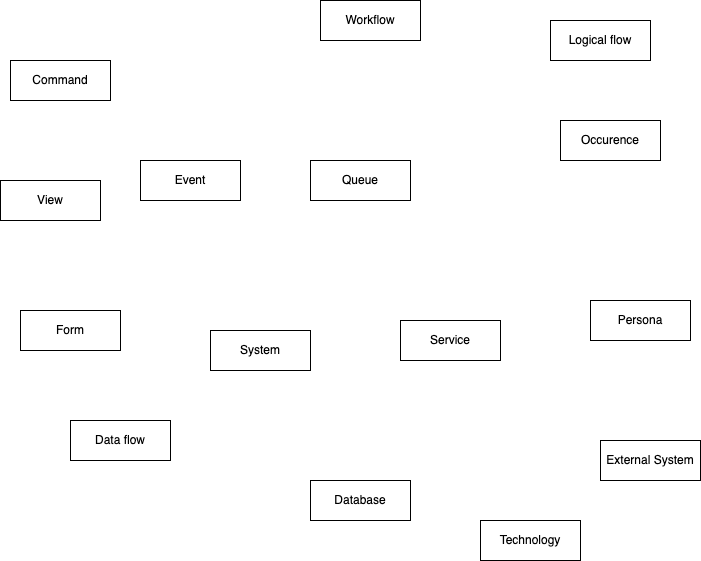
The draw.io diagram model/model.png in RaySinnema/architecture-diagrams, before a commit. Source tidied: cells renumbered, new cells last; positions are measured from the earlier drawing's top-left corner, leaving out a move shared by most shapes.
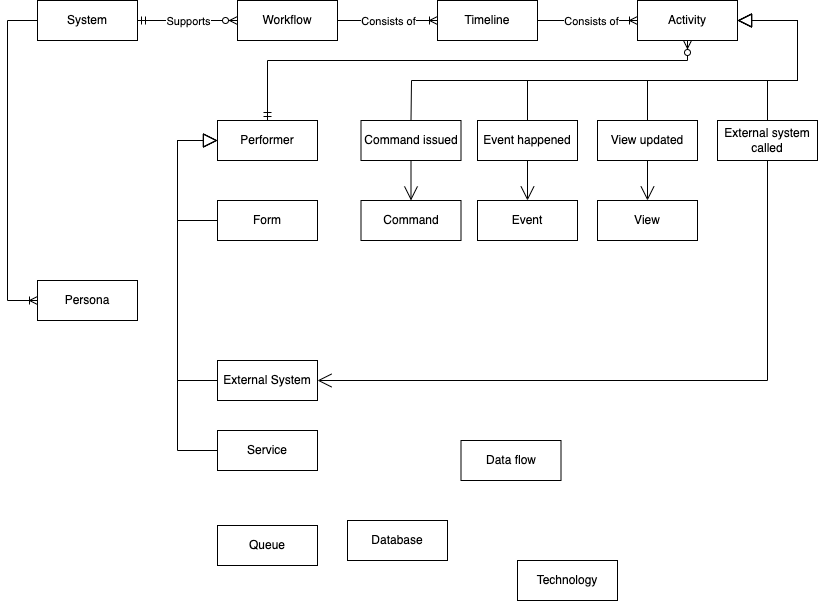
The same file after the commit.

The edit, as a diff of the source:
```diff
@@ -3,49 +3,183 @@
     <mxCell id="0" />
     <mxCell id="1" parent="0" />
     <mxCell id="2" value="Command" style="whiteSpace=wrap;html=1;align=center;" parent="1" vertex="1">
-      <mxGeometry x="10" y="60" width="100" height="40" as="geometry" />
+      <mxGeometry x="323.5" y="160" width="100" height="40" as="geometry" />
     </mxCell>
     <mxCell id="3" value="View" style="whiteSpace=wrap;html=1;align=center;" parent="1" vertex="1">
-      <mxGeometry y="180" width="100" height="40" as="geometry" />
+      <mxGeometry x="560" y="160" width="100" height="40" as="geometry" />
     </mxCell>
     <mxCell id="4" value="Form" style="whiteSpace=wrap;html=1;align=center;" parent="1" vertex="1">
-      <mxGeometry x="20" y="310" width="100" height="40" as="geometry" />
+      <mxGeometry x="180" y="160" width="100" height="40" as="geometry" />
     </mxCell>
     <mxCell id="5" value="System" style="whiteSpace=wrap;html=1;align=center;" parent="1" vertex="1">
-      <mxGeometry x="210" y="330" width="100" height="40" as="geometry" />
+      <mxGeometry y="-40" width="100" height="40" as="geometry" />
     </mxCell>
     <mxCell id="6" value="Service" style="whiteSpace=wrap;html=1;align=center;" parent="1" vertex="1">
-      <mxGeometry x="400" y="320" width="100" height="40" as="geometry" />
+      <mxGeometry x="180" y="390" width="100" height="40" as="geometry" />
     </mxCell>
     <mxCell id="7" value="Queue" style="whiteSpace=wrap;html=1;align=center;" parent="1" vertex="1">
-      <mxGeometry x="310" y="160" width="100" height="40" as="geometry" />
+      <mxGeometry x="180" y="485" width="100" height="40" as="geometry" />
     </mxCell>
     <mxCell id="8" value="Database" style="whiteSpace=wrap;html=1;align=center;" parent="1" vertex="1">
       <mxGeometry x="310" y="480" width="100" height="40" as="geometry" />
     </mxCell>
     <mxCell id="9" value="Data flow" style="whiteSpace=wrap;html=1;align=center;" parent="1" vertex="1">
-      <mxGeometry x="70" y="420" width="100" height="40" as="geometry" />
+      <mxGeometry x="423.5" y="400" width="100" height="40" as="geometry" />
     </mxCell>
     <mxCell id="10" value="Workflow" style="whiteSpace=wrap;html=1;align=center;" parent="1" vertex="1">
-      <mxGeometry x="320" width="100" height="40" as="geometry" />
+      <mxGeometry x="200" y="-40" width="100" height="40" as="geometry" />
     </mxCell>
-    <mxCell id="11" value="Logical flow" style="whiteSpace=wrap;html=1;align=center;" parent="1" vertex="1">
-      <mxGeometry x="550" y="20" width="100" height="40" as="geometry" />
+    <mxCell id="11" value="Timeline" style="whiteSpace=wrap;html=1;align=center;" parent="1" vertex="1">
+      <mxGeometry x="400" y="-40" width="100" height="40" as="geometry" />
     </mxCell>
-    <mxCell id="12" value="Occurence" style="whiteSpace=wrap;html=1;align=center;" parent="1" vertex="1">
-      <mxGeometry x="560" y="120" width="100" height="40" as="geometry" />
+    <mxCell id="12" value="Activity" style="whiteSpace=wrap;html=1;align=center;" parent="1" vertex="1">
+      <mxGeometry x="600" y="-40" width="100" height="40" as="geometry" />
     </mxCell>
     <mxCell id="13" value="Persona" style="whiteSpace=wrap;html=1;align=center;" parent="1" vertex="1">
-      <mxGeometry x="590" y="300" width="100" height="40" as="geometry" />
+      <mxGeometry y="240" width="100" height="40" as="geometry" />
     </mxCell>
     <mxCell id="14" value="External System" style="whiteSpace=wrap;html=1;align=center;" parent="1" vertex="1">
-      <mxGeometry x="600" y="440" width="100" height="40" as="geometry" />
+      <mxGeometry x="180" y="320" width="100" height="40" as="geometry" />
     </mxCell>
     <mxCell id="15" value="Event" style="whiteSpace=wrap;html=1;align=center;" parent="1" vertex="1">
-      <mxGeometry x="140" y="160" width="100" height="40" as="geometry" />
+      <mxGeometry x="440" y="160" width="100" height="40" as="geometry" />
     </mxCell>
     <mxCell id="16" value="Technology" style="whiteSpace=wrap;html=1;align=center;" parent="1" vertex="1">
       <mxGeometry x="480" y="520" width="100" height="40" as="geometry" />
     </mxCell>
+    <mxCell id="17" style="edgeStyle=entityRelationEdgeStyle;fontSize=12;html=1;endArrow=ERoneToMany;rounded=0;exitX=1;exitY=0.5;exitDx=0;exitDy=0;entryX=0;entryY=0.5;entryDx=0;entryDy=0;" parent="1" edge="1" source="10" target="11">
+      <mxGeometry relative="1" as="geometry" />
+    </mxCell>
+    <mxCell id="18" value="Consists of" style="edgeLabel;html=1;align=center;verticalAlign=middle;" parent="17" vertex="1">
+      <mxGeometry x="-0.42" relative="1" as="geometry">
+        <mxPoint x="21" as="offset" />
+      </mxGeometry>
+    </mxCell>
+    <mxCell id="19" style="edgeStyle=entityRelationEdgeStyle;fontSize=12;html=1;endArrow=ERoneToMany;rounded=0;exitX=1;exitY=0.5;exitDx=0;exitDy=0;entryX=0;entryY=0.5;entryDx=0;entryDy=0;" parent="1" edge="1" source="11" target="12">
+      <mxGeometry relative="1" as="geometry" />
+    </mxCell>
+    <mxCell id="20" value="Consists of" style="edgeLabel;html=1;align=center;verticalAlign=middle;" parent="19" vertex="1">
+      <mxGeometry x="-0.28" y="-3" relative="1" as="geometry">
+        <mxPoint x="17" y="-3" as="offset" />
+      </mxGeometry>
+    </mxCell>
+    <mxCell id="21" style="edgeStyle=entityRelationEdgeStyle;fontSize=12;html=1;endArrow=ERzeroToMany;startArrow=ERmandOne;rounded=0;exitX=1;exitY=0.5;exitDx=0;exitDy=0;entryX=0;entryY=0.5;entryDx=0;entryDy=0;" parent="1" edge="1" source="5" target="10">
+      <mxGeometry relative="1" as="geometry" />
+    </mxCell>
+    <mxCell id="22" value="Supports" style="edgeLabel;html=1;align=center;verticalAlign=middle;" parent="21" vertex="1">
+      <mxGeometry x="-0.26" y="-1" relative="1" as="geometry">
+        <mxPoint x="13" y="-1" as="offset" />
+      </mxGeometry>
+    </mxCell>
+    <mxCell id="23" value="Event happened" style="whiteSpace=wrap;html=1;align=center;" parent="1" vertex="1">
+      <mxGeometry x="440" y="80" width="100" height="40" as="geometry" />
+    </mxCell>
+    <mxCell id="24" value="View updated" style="whiteSpace=wrap;html=1;align=center;" parent="1" vertex="1">
+      <mxGeometry x="560" y="80" width="100" height="40" as="geometry" />
+    </mxCell>
+    <mxCell id="25" value="Command issued" style="whiteSpace=wrap;html=1;align=center;" parent="1" vertex="1">
+      <mxGeometry x="323.5" y="80" width="100" height="40" as="geometry" />
+    </mxCell>
+    <mxCell id="26" value="External system called" style="whiteSpace=wrap;html=1;align=center;" parent="1" vertex="1">
+      <mxGeometry x="680" y="80" width="100" height="40" as="geometry" />
+    </mxCell>
+    <mxCell id="27" style="endArrow=open;endFill=1;endSize=12;html=1;rounded=0;entryX=1;entryY=0.5;entryDx=0;entryDy=0;exitX=0.5;exitY=1;exitDx=0;exitDy=0;" parent="1" edge="1" source="26" target="14">
+      <mxGeometry relative="1" as="geometry">
+        <Array as="points">
+          <mxPoint x="730" y="340" />
+        </Array>
+      </mxGeometry>
+    </mxCell>
+    <mxCell id="28" style="endArrow=open;endFill=1;endSize=12;html=1;rounded=0;entryX=0.5;entryY=0;entryDx=0;entryDy=0;exitX=0.5;exitY=1;exitDx=0;exitDy=0;" parent="1" edge="1" source="24" target="3">
+      <mxGeometry relative="1" as="geometry" />
+    </mxCell>
+    <mxCell id="29" style="endArrow=open;endFill=1;endSize=12;html=1;rounded=0;entryX=0.5;entryY=0;entryDx=0;entryDy=0;exitX=0.5;exitY=1;exitDx=0;exitDy=0;" parent="1" edge="1" source="23" target="15">
+      <mxGeometry relative="1" as="geometry" />
+    </mxCell>
+    <mxCell id="30" style="endArrow=open;endFill=1;endSize=12;html=1;rounded=0;exitX=0.5;exitY=1;exitDx=0;exitDy=0;" parent="1" edge="1" source="25" target="2">
+      <mxGeometry relative="1" as="geometry" />
+    </mxCell>
+    <mxCell id="31" style="endArrow=block;endFill=0;endSize=12;html=1;rounded=0;entryX=1;entryY=0.5;entryDx=0;entryDy=0;exitX=0.5;exitY=0;exitDx=0;exitDy=0;" parent="1" edge="1" source="25" target="12">
+      <mxGeometry relative="1" as="geometry">
+        <Array as="points">
+          <mxPoint x="374" y="40" />
+          <mxPoint x="760" y="40" />
+          <mxPoint x="760" y="-20" />
+        </Array>
+      </mxGeometry>
+    </mxCell>
+    <mxCell id="32" style="endArrow=block;endFill=0;endSize=12;html=1;rounded=0;exitX=0.5;exitY=0;exitDx=0;exitDy=0;entryX=1;entryY=0.5;entryDx=0;entryDy=0;" parent="1" edge="1" source="23" target="12">
+      <mxGeometry relative="1" as="geometry">
+        <Array as="points">
+          <mxPoint x="490" y="40" />
+          <mxPoint x="760" y="40" />
+          <mxPoint x="760" y="-20" />
+        </Array>
+      </mxGeometry>
+    </mxCell>
+    <mxCell id="33" style="endArrow=block;endFill=0;endSize=12;html=1;rounded=0;exitX=0.5;exitY=0;exitDx=0;exitDy=0;" parent="1" edge="1" source="24">
+      <mxGeometry relative="1" as="geometry">
+        <mxPoint x="700" y="-20" as="targetPoint" />
+        <Array as="points">
+          <mxPoint x="610" y="40" />
+          <mxPoint x="760" y="40" />
+          <mxPoint x="760" y="-20" />
+        </Array>
+      </mxGeometry>
+    </mxCell>
+    <mxCell id="34" style="endArrow=block;endFill=0;endSize=12;html=1;rounded=0;exitX=0.5;exitY=0;exitDx=0;exitDy=0;entryX=1;entryY=0.5;entryDx=0;entryDy=0;" parent="1" edge="1" source="26" target="12">
+      <mxGeometry relative="1" as="geometry">
+        <Array as="points">
+          <mxPoint x="730" y="40" />
+          <mxPoint x="760" y="40" />
+          <mxPoint x="760" y="-20" />
+        </Array>
+      </mxGeometry>
+    </mxCell>
+    <mxCell id="35" value="Performer" style="whiteSpace=wrap;html=1;align=center;" parent="1" vertex="1">
+      <mxGeometry x="180" y="80" width="100" height="40" as="geometry" />
+    </mxCell>
+    <mxCell id="36" style="edgeStyle=orthogonalEdgeStyle;fontSize=12;html=1;endArrow=ERzeroToMany;startArrow=ERmandOne;rounded=0;entryX=0.5;entryY=1;entryDx=0;entryDy=0;exitX=0.5;exitY=0;exitDx=0;exitDy=0;" parent="1" edge="1" source="35" target="12">
+      <mxGeometry relative="1" as="geometry">
+        <Array as="points">
+          <mxPoint x="230" y="20" />
+          <mxPoint x="650" y="20" />
+        </Array>
+      </mxGeometry>
+    </mxCell>
+    <mxCell id="37" style="endArrow=block;endFill=0;endSize=12;html=1;rounded=0;exitX=0;exitY=0.5;exitDx=0;exitDy=0;entryX=0;entryY=0.5;entryDx=0;entryDy=0;" parent="1" edge="1" source="4" target="35">
+      <mxGeometry relative="1" as="geometry">
+        <Array as="points">
+          <mxPoint x="140" y="180" />
+          <mxPoint x="140" y="100" />
+        </Array>
+      </mxGeometry>
+    </mxCell>
+    <mxCell id="38" style="endArrow=block;endFill=0;endSize=12;html=1;rounded=0;exitX=0;exitY=0.5;exitDx=0;exitDy=0;" parent="1" edge="1" source="6">
+      <mxGeometry relative="1" as="geometry">
+        <mxPoint x="180" y="100" as="targetPoint" />
+        <Array as="points">
+          <mxPoint x="140" y="410" />
+          <mxPoint x="140" y="100" />
+        </Array>
+      </mxGeometry>
+    </mxCell>
+    <mxCell id="39" style="endArrow=block;endFill=0;endSize=12;html=1;rounded=0;exitX=0;exitY=0.5;exitDx=0;exitDy=0;strokeColor=default;" parent="1" edge="1" source="14">
+      <mxGeometry relative="1" as="geometry">
+        <mxPoint x="180" y="100" as="targetPoint" />
+        <Array as="points">
+          <mxPoint x="140" y="340" />
+          <mxPoint x="140" y="100" />
+        </Array>
+      </mxGeometry>
+    </mxCell>
+    <mxCell id="40" style="edgeStyle=orthogonalEdgeStyle;fontSize=12;html=1;endArrow=ERoneToMany;rounded=0;entryX=0;entryY=0.5;entryDx=0;entryDy=0;exitX=0;exitY=0.5;exitDx=0;exitDy=0;" parent="1" edge="1" source="5" target="13">
+      <mxGeometry relative="1" as="geometry">
+        <Array as="points">
+          <mxPoint x="-30" y="-20" />
+          <mxPoint x="-30" y="260" />
+        </Array>
+      </mxGeometry>
+    </mxCell>
   </root>
 </mxGraphModel>
```
